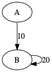
This is test.png from andreyresende/Tag-2, a Graphviz export, as it was before one commit. Its source is kept beside it as test.dot. The source it was exported from:
```dot
digraph G {
    A -> B [label="10"];
    B -> B [label="20"];
}
```
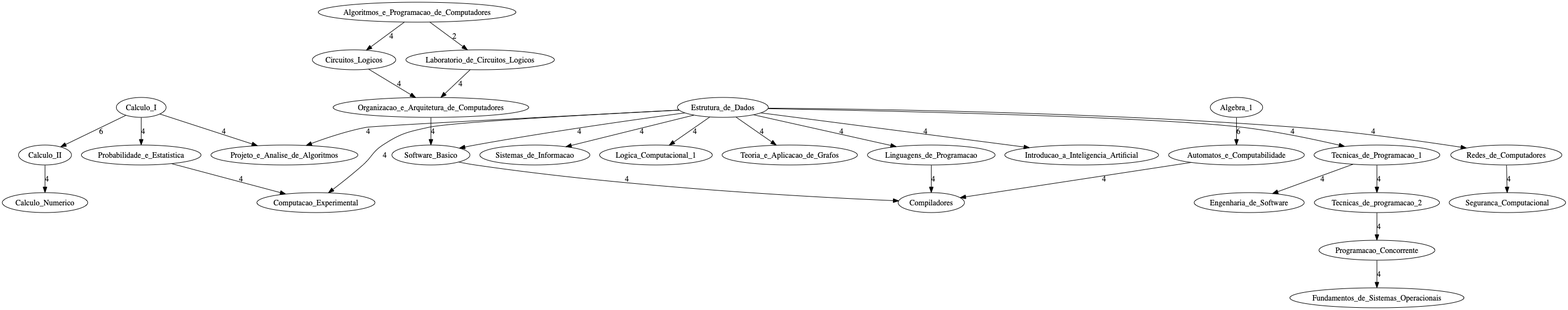
The same diagram one commit later.

Diff of the diagram source:
```diff
@@ -1,4 +1,4 @@
 digraph G {
     A -> B [label="10"];
-    B -> B [label="20"];
+    B -> B;
 }
```
